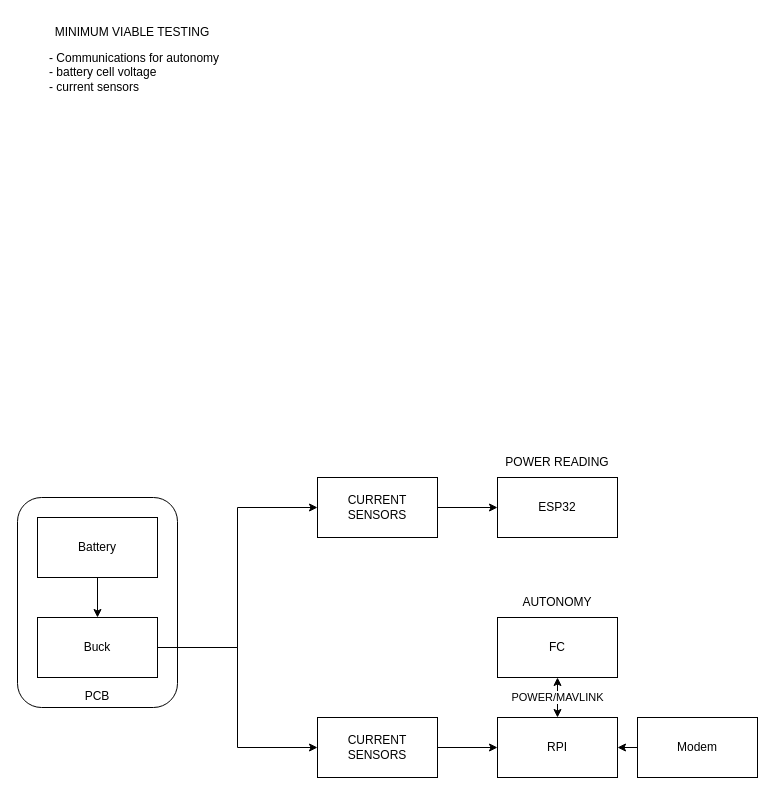
This is FINALREPORT/TESTINGIMPLEMENTATION.drawio from cdun954/P4P-Buoy, a draw.io file, before an edit. Source tidied: cells renumbered, new cells numbered last; positions are measured from the earlier drawing's top-left corner, leaving out a move shared by most shapes. Both pictures are drawn from the tidied source at 100%, with x=0, y=0 at pixel (17, 17).
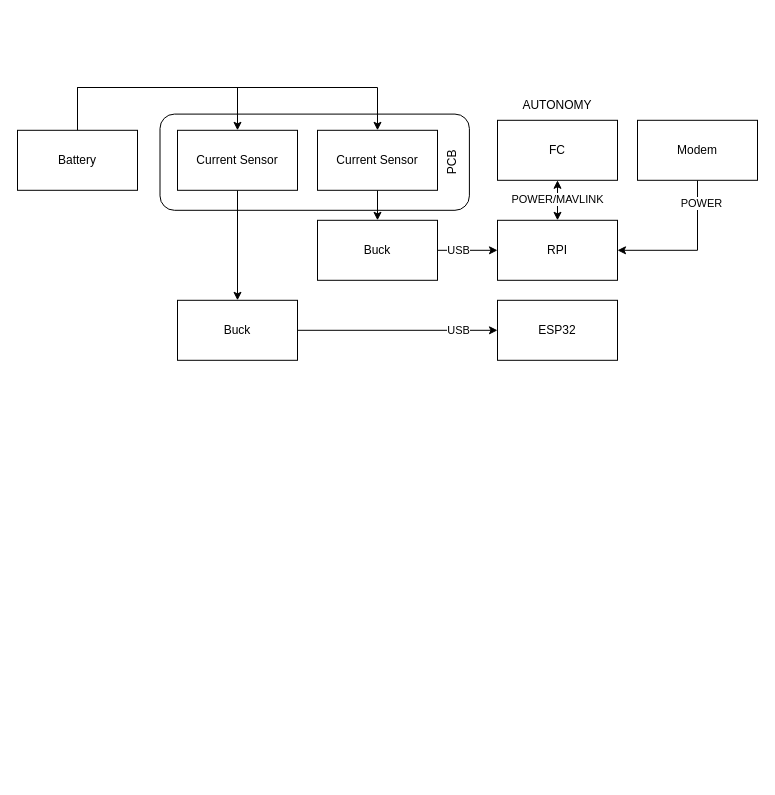
After the change.

The edit, as a diff of the source:
```diff
@@
-    <mxCell id="2" value="MINIMUM VIABLE TESTING" style="text;html=1;whiteSpace=wrap;strokeColor=none;fillColor=none;align=center;verticalAlign=middle;rounded=0;" parent="1" vertex="1">
-      <mxGeometry x="20" width="190" height="30" as="geometry" />
-    </mxCell>
-    <mxCell id="3" value="- Communications for autonomy&amp;nbsp;&lt;div&gt;- battery cell voltage&lt;/div&gt;&lt;div&gt;- current sensors&lt;/div&gt;" style="text;html=1;whiteSpace=wrap;strokeColor=none;fillColor=none;align=left;verticalAlign=middle;rounded=0;" parent="1" vertex="1">
-      <mxGeometry x="30" y="40" width="220" height="30" as="geometry" />
-    </mxCell>
-    <mxCell id="4" value="&lt;div&gt;&lt;br&gt;&lt;/div&gt;&lt;div&gt;&lt;br&gt;&lt;/div&gt;&lt;div&gt;&lt;br&gt;&lt;/div&gt;&lt;div&gt;&lt;br&gt;&lt;/div&gt;&lt;div&gt;&lt;br&gt;&lt;/div&gt;&lt;div&gt;&lt;br&gt;&lt;/div&gt;&lt;div&gt;&lt;br&gt;&lt;/div&gt;&lt;div&gt;&lt;br&gt;&lt;/div&gt;&lt;div&gt;&lt;br&gt;&lt;/div&gt;&lt;div&gt;&lt;br&gt;&lt;/div&gt;&lt;div&gt;&lt;br&gt;&lt;/div&gt;&lt;div&gt;&lt;br&gt;&lt;/div&gt;&lt;div&gt;&lt;br&gt;&lt;/div&gt;&lt;div&gt;PCB&lt;/div&gt;" style="rounded=1;whiteSpace=wrap;html=1;" parent="1" vertex="1">
-      <mxGeometry y="480" width="160" height="210" as="geometry" />
+    <mxCell id="4" value="&lt;div&gt;&lt;br&gt;&lt;br&gt;&lt;br&gt;&lt;br&gt;&lt;br&gt;&lt;br&gt;&lt;br&gt;&lt;br&gt;&lt;br&gt;&lt;br&gt;&lt;br&gt;&lt;br&gt;&lt;br&gt;&lt;br&gt;&lt;br&gt;&lt;br&gt;&lt;br&gt;&lt;br&gt;&lt;br&gt;PCB&lt;/div&gt;" style="rounded=1;whiteSpace=wrap;html=1;rotation=-90;" parent="1" vertex="1">
+      <mxGeometry x="249.1" y="-10" width="96.2" height="309.4" as="geometry" />
     </mxCell>
     <mxCell id="5" value="ESP32" style="rounded=0;whiteSpace=wrap;html=1;" parent="1" vertex="1">
-      <mxGeometry x="480" y="460" width="120" height="60" as="geometry" />
+      <mxGeometry x="480" y="282.8" width="120" height="60" as="geometry" />
     </mxCell>
     <mxCell id="6" value="FC" style="rounded=0;whiteSpace=wrap;html=1;" parent="1" vertex="1">
-      <mxGeometry x="480" y="600" width="120" height="60" as="geometry" />
+      <mxGeometry x="480" y="102.8" width="120" height="60" as="geometry" />
     </mxCell>
     <mxCell id="7" value="RPI" style="rounded=0;whiteSpace=wrap;html=1;" parent="1" vertex="1">
-      <mxGeometry x="480" y="700" width="120" height="60" as="geometry" />
+      <mxGeometry x="480" y="202.8" width="120" height="60" as="geometry" />
     </mxCell>
@@
-    <mxCell id="11" value="Battery" style="rounded=0;whiteSpace=wrap;html=1;" parent="1" vertex="1">
-      <mxGeometry x="20" y="500" width="120" height="60" as="geometry" />
+    <mxCell id="11" value="Current Sensor" style="rounded=0;whiteSpace=wrap;html=1;" parent="1" vertex="1">
+      <mxGeometry x="160" y="112.8" width="120" height="60" as="geometry" />
     </mxCell>
-    <mxCell id="12" style="edgeStyle=orthogonalEdgeStyle;rounded=0;jettySize=auto;html=1;exitX=1;exitY=0.5;exitDx=0;exitDy=0;entryX=0;entryY=0.5;entryDx=0;entryDy=0;" parent="1" edge="1" source="14" target="18">
-      <mxGeometry relative="1" as="geometry" />
-    </mxCell>
-    <mxCell id="13" style="edgeStyle=orthogonalEdgeStyle;rounded=0;jettySize=auto;html=1;exitX=1;exitY=0.5;exitDx=0;exitDy=0;entryX=0;entryY=0.5;entryDx=0;entryDy=0;" parent="1" edge="1" source="14" target="22">
-      <mxGeometry relative="1" as="geometry">
-        <Array as="points">
-          <mxPoint x="220" y="630" />
-          <mxPoint x="220" y="730" />
-        </Array>
-      </mxGeometry>
-    </mxCell>
+    <mxCell id="23" style="edgeStyle=orthogonalEdgeStyle;rounded=0;jettySize=auto;html=1;exitX=1;exitY=0.5;exitDx=0;exitDy=0;entryX=0;entryY=0.5;entryDx=0;entryDy=0;" parent="1" edge="1" source="14" target="5">
+      <mxGeometry relative="1" as="geometry" />
+    </mxCell>
+    <mxCell id="24" value="USB" style="edgeLabel;html=1;align=center;verticalAlign=middle;" parent="23" vertex="1">
+      <mxGeometry x="0.63" y="1" relative="1" as="geometry">
+        <mxPoint x="-3" y="1" as="offset" />
+      </mxGeometry>
+    </mxCell>
     <mxCell id="14" value="Buck" style="rounded=0;whiteSpace=wrap;html=1;" parent="1" vertex="1">
-      <mxGeometry x="20" y="600" width="120" height="60" as="geometry" />
+      <mxGeometry x="160" y="282.8" width="120" height="60" as="geometry" />
     </mxCell>
     <mxCell id="15" value="AUTONOMY" style="text;html=1;whiteSpace=wrap;strokeColor=none;fillColor=none;align=center;verticalAlign=middle;rounded=0;rotation=0;" parent="1" vertex="1">
-      <mxGeometry x="510" y="570" width="60" height="30" as="geometry" />
+      <mxGeometry x="510" y="72.8" width="60" height="30" as="geometry" />
     </mxCell>
-    <mxCell id="16" value="POWER READING" style="text;html=1;whiteSpace=wrap;strokeColor=none;fillColor=none;align=center;verticalAlign=middle;rounded=0;rotation=0;" parent="1" vertex="1">
-      <mxGeometry x="480" y="430" width="120" height="30" as="geometry" />
-    </mxCell>
-    <mxCell id="17" style="edgeStyle=orthogonalEdgeStyle;rounded=0;jettySize=auto;html=1;exitX=1;exitY=0.5;exitDx=0;exitDy=0;entryX=0;entryY=0.5;entryDx=0;entryDy=0;" parent="1" edge="1" source="18" target="5">
-      <mxGeometry relative="1" as="geometry" />
-    </mxCell>
-    <mxCell id="18" value="CURRENT SENSORS" style="rounded=0;whiteSpace=wrap;html=1;" parent="1" vertex="1">
-      <mxGeometry x="300" y="460" width="120" height="60" as="geometry" />
-    </mxCell>
-    <mxCell id="19" style="edgeStyle=orthogonalEdgeStyle;rounded=0;jettySize=auto;html=1;exitX=0;exitY=0.5;exitDx=0;exitDy=0;entryX=1;entryY=0.5;entryDx=0;entryDy=0;" parent="1" edge="1" source="20" target="7">
+    <mxCell id="19" style="edgeStyle=orthogonalEdgeStyle;rounded=0;jettySize=auto;html=1;exitX=0.5;exitY=1;exitDx=0;exitDy=0;entryX=1;entryY=0.5;entryDx=0;entryDy=0;" parent="1" edge="1" source="20" target="7">
       <mxGeometry relative="1" as="geometry" />
     </mxCell>
+    <mxCell id="25" value="POWER" style="edgeLabel;html=1;align=center;verticalAlign=middle;" parent="19" vertex="1">
+      <mxGeometry x="-0.69" y="3" relative="1" as="geometry" />
+    </mxCell>
     <mxCell id="20" value="Modem" style="rounded=0;whiteSpace=wrap;html=1;" parent="1" vertex="1">
-      <mxGeometry x="620" y="700" width="120" height="60" as="geometry" />
+      <mxGeometry x="620" y="102.8" width="120" height="60" as="geometry" />
     </mxCell>
-    <mxCell id="21" style="edgeStyle=orthogonalEdgeStyle;rounded=0;jettySize=auto;html=1;exitX=1;exitY=0.5;exitDx=0;exitDy=0;entryX=0;entryY=0.5;entryDx=0;entryDy=0;" parent="1" edge="1" source="22" target="7">
-      <mxGeometry relative="1" as="geometry" />
-    </mxCell>
-    <mxCell id="22" value="CURRENT SENSORS" style="rounded=0;whiteSpace=wrap;html=1;" parent="1" vertex="1">
-      <mxGeometry x="300" y="700" width="120" height="60" as="geometry" />
-    </mxCell>
+    <mxCell id="26" style="edgeStyle=orthogonalEdgeStyle;rounded=0;jettySize=auto;html=1;exitX=0.5;exitY=0;exitDx=0;exitDy=0;entryX=0.5;entryY=0;entryDx=0;entryDy=0;" parent="1" edge="1" source="28" target="30">
+      <mxGeometry relative="1" as="geometry">
+        <Array as="points">
+          <mxPoint x="60" y="70" />
+          <mxPoint x="360" y="70" />
+        </Array>
+      </mxGeometry>
+    </mxCell>
+    <mxCell id="27" style="edgeStyle=orthogonalEdgeStyle;rounded=0;jettySize=auto;html=1;exitX=0.5;exitY=0;exitDx=0;exitDy=0;entryX=0.5;entryY=0;entryDx=0;entryDy=0;" parent="1" edge="1" source="28" target="11">
+      <mxGeometry relative="1" as="geometry">
+        <Array as="points">
+          <mxPoint x="60" y="70" />
+          <mxPoint x="220" y="70" />
+        </Array>
+      </mxGeometry>
+    </mxCell>
+    <mxCell id="28" value="Battery" style="rounded=0;whiteSpace=wrap;html=1;" parent="1" vertex="1">
+      <mxGeometry y="112.8" width="120" height="60" as="geometry" />
+    </mxCell>
+    <mxCell id="29" style="edgeStyle=orthogonalEdgeStyle;rounded=0;jettySize=auto;html=1;exitX=0.5;exitY=1;exitDx=0;exitDy=0;entryX=0.5;entryY=0;entryDx=0;entryDy=0;" parent="1" edge="1" source="30" target="33">
+      <mxGeometry relative="1" as="geometry" />
+    </mxCell>
+    <mxCell id="30" value="Current Sensor" style="rounded=0;whiteSpace=wrap;html=1;" parent="1" vertex="1">
+      <mxGeometry x="300" y="112.8" width="120" height="60" as="geometry" />
+    </mxCell>
+    <mxCell id="31" style="edgeStyle=orthogonalEdgeStyle;rounded=0;jettySize=auto;html=1;exitX=1;exitY=0.5;exitDx=0;exitDy=0;entryX=0;entryY=0.5;entryDx=0;entryDy=0;" parent="1" edge="1" source="33" target="7">
+      <mxGeometry relative="1" as="geometry" />
+    </mxCell>
+    <mxCell id="32" value="USB" style="edgeLabel;html=1;align=center;verticalAlign=middle;" parent="31" vertex="1">
+      <mxGeometry x="-0.04" y="1" relative="1" as="geometry">
+        <mxPoint x="-9" y="1" as="offset" />
+      </mxGeometry>
+    </mxCell>
+    <mxCell id="33" value="Buck" style="rounded=0;whiteSpace=wrap;html=1;" parent="1" vertex="1">
+      <mxGeometry x="300" y="202.8" width="120" height="60" as="geometry" />
+    </mxCell>
```
